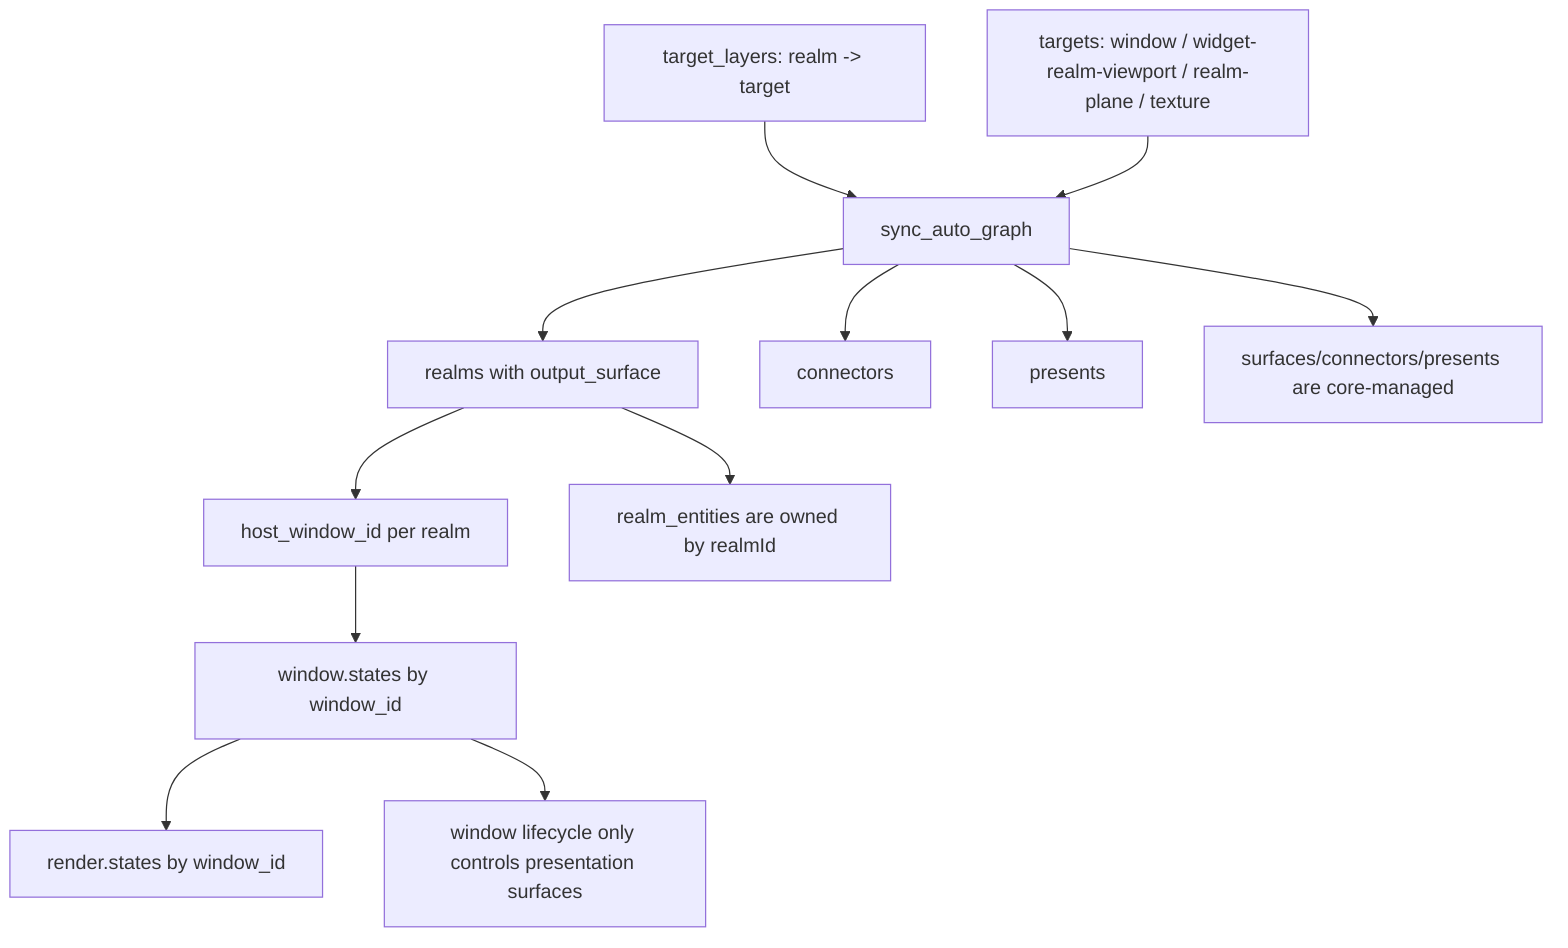
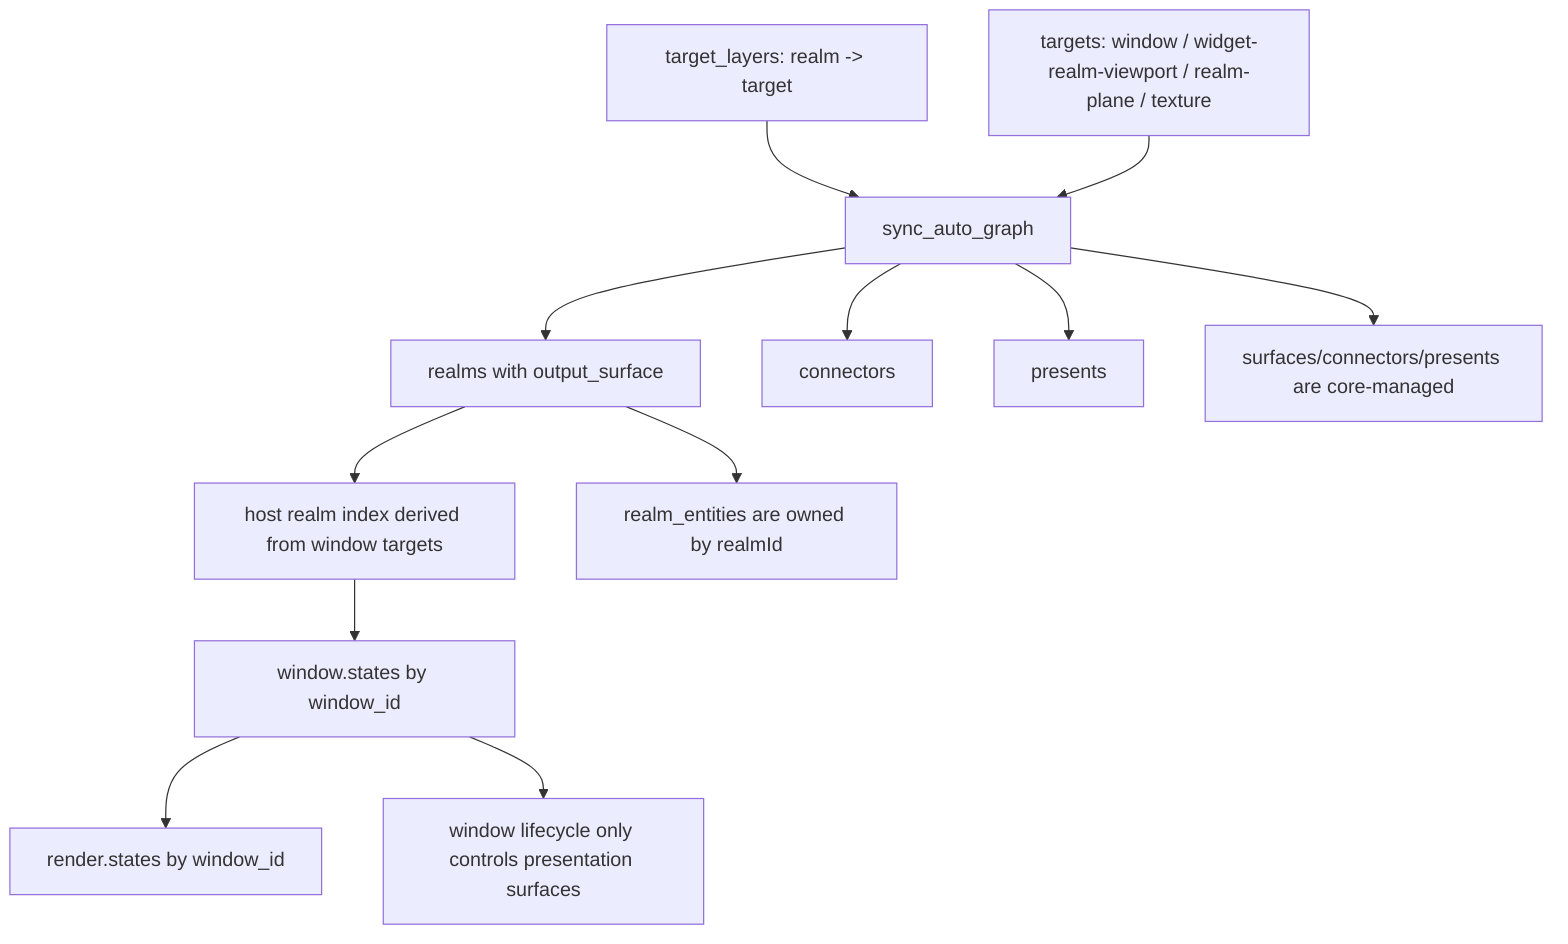
flowchart TB
  TL["target_layers: realm -> target"]
  TG["targets: window / widget-realm-viewport / realm-plane / texture"]
  AG["sync_auto_graph"]
  RS["realms with output_surface"]
  CS["connectors"]
  PS["presents"]

  TL --> AG
  TG --> AG
  AG --> RS
  AG --> CS
  AG --> PS

-   HW["host_window_id per realm"]
+   HW["host realm index derived from window targets"]
  WS["window.states by window_id"]
  RWS["render.states by window_id"]

  RS --> HW
  HW --> WS
  WS --> RWS

  OWN1["realm_entities are owned by realmId"]
  OWN2["surfaces/connectors/presents are core-managed"]
  OWN3["window lifecycle only controls presentation surfaces"]

  RS --> OWN1
  AG --> OWN2
  WS --> OWN3
